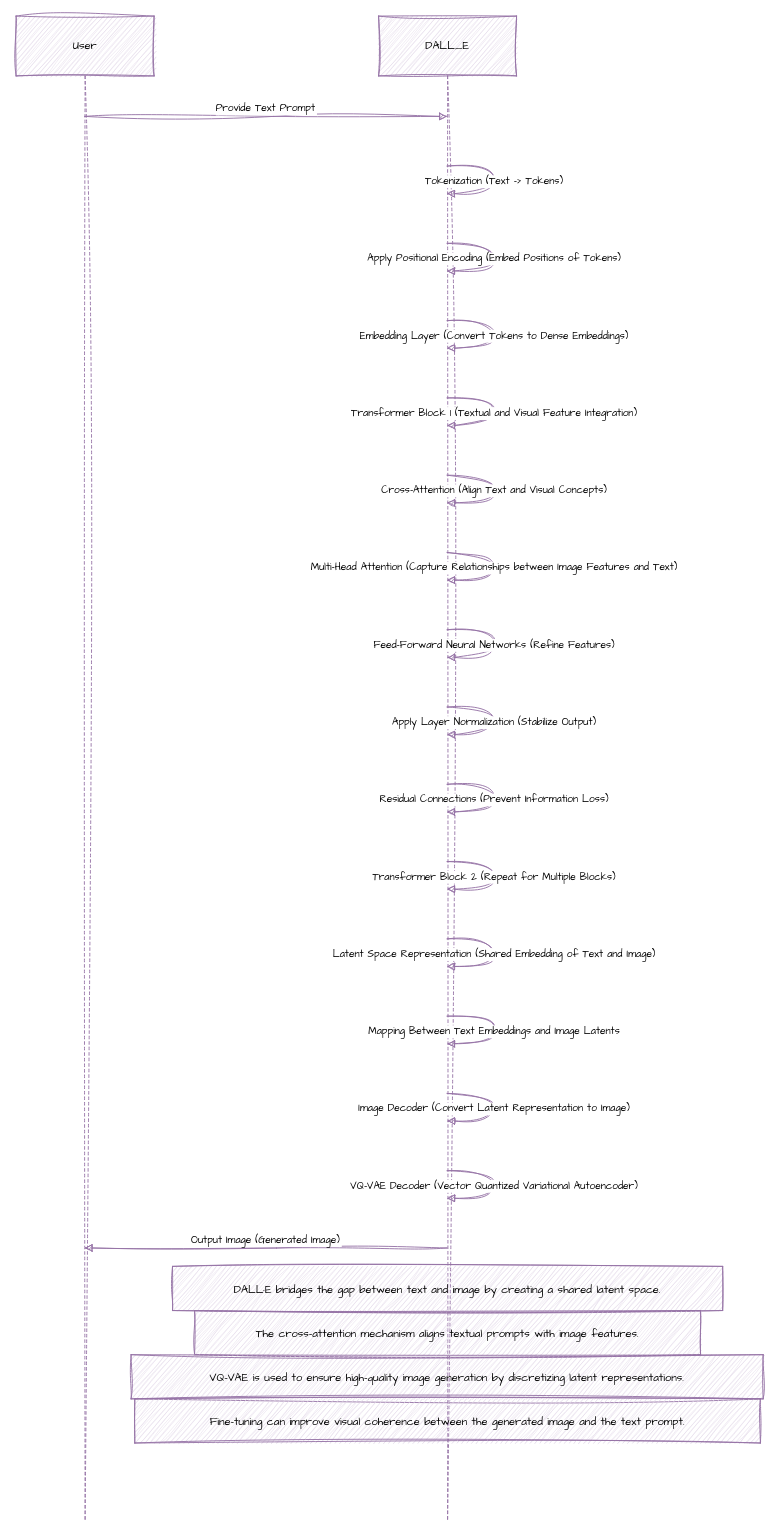
Before: page "Page-2" (2 of 2) of Untitled Diagram.drawio in msudipta888/class-note, a draw.io diagram. Source tidied: cells renumbered, new cells numbered last; positions are measured from the earlier drawing's top-left corner, leaving out a move shared by most shapes. Both pictures are drawn from the tidied source at 92%, with x=0, y=0 at pixel (16, 16).
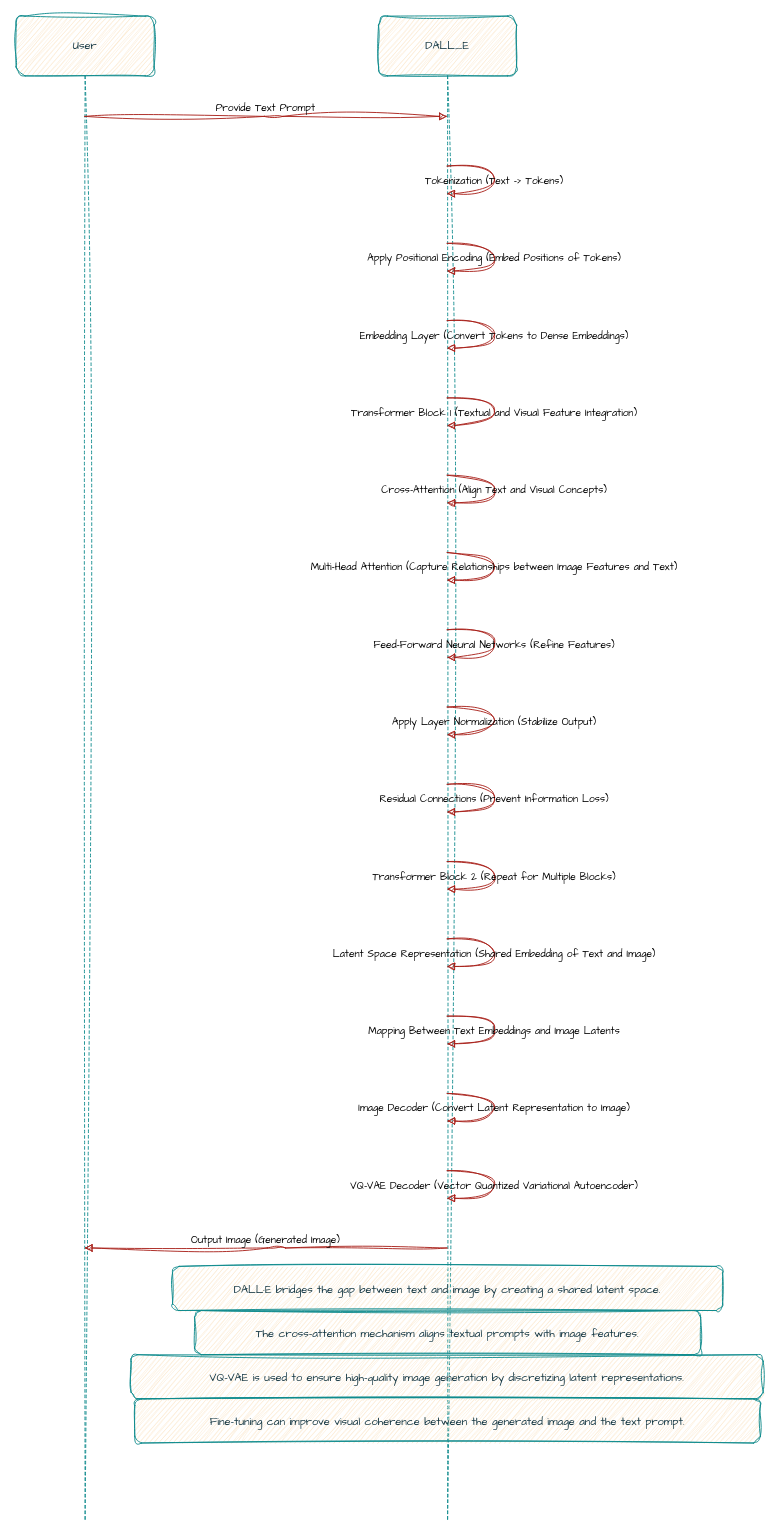
The same diagram, later.

Change to the diagram source:
```diff
@@
-    <mxCell id="2" value="User" style="shape=umlLifeline;perimeter=lifelinePerimeter;whiteSpace=wrap;outlineConnect=0;portConstraint=eastwest;newEdgeStyle={&quot;edgeStyle&quot;:&quot;elbowEdgeStyle&quot;,&quot;elbow&quot;:&quot;vertical&quot;,&quot;curved&quot;:0,&quot;rounded&quot;:0};size=65;sketch=1;hachureGap=4;jiggle=2;curveFitting=1;fontFamily=Architects Daughter;fillColor=#e1d5e7;strokeColor=#9673a6;" parent="1" vertex="1">
+    <mxCell id="2" value="User" style="shape=umlLifeline;perimeter=lifelinePerimeter;whiteSpace=wrap;outlineConnect=0;portConstraint=eastwest;newEdgeStyle={&quot;edgeStyle&quot;:&quot;elbowEdgeStyle&quot;,&quot;elbow&quot;:&quot;vertical&quot;,&quot;curved&quot;:0,&quot;rounded&quot;:0};size=65;sketch=1;hachureGap=4;jiggle=2;curveFitting=1;fontFamily=Architects Daughter;fillColor=#FAE5C7;strokeColor=#0F8B8D;labelBackgroundColor=none;fontColor=#143642;rounded=1;" parent="1" vertex="1">
       <mxGeometry width="150" height="1636" as="geometry" />
     </mxCell>
-    <mxCell id="3" value="DALL_E" style="shape=umlLifeline;perimeter=lifelinePerimeter;whiteSpace=wrap;outlineConnect=0;portConstraint=eastwest;newEdgeStyle={&quot;edgeStyle&quot;:&quot;elbowEdgeStyle&quot;,&quot;elbow&quot;:&quot;vertical&quot;,&quot;curved&quot;:0,&quot;rounded&quot;:0};size=65;sketch=1;hachureGap=4;jiggle=2;curveFitting=1;fontFamily=Architects Daughter;fillColor=#e1d5e7;strokeColor=#9673a6;" parent="1" vertex="1">
+    <mxCell id="3" value="DALL_E" style="shape=umlLifeline;perimeter=lifelinePerimeter;whiteSpace=wrap;outlineConnect=0;portConstraint=eastwest;newEdgeStyle={&quot;edgeStyle&quot;:&quot;elbowEdgeStyle&quot;,&quot;elbow&quot;:&quot;vertical&quot;,&quot;curved&quot;:0,&quot;rounded&quot;:0};size=65;sketch=1;hachureGap=4;jiggle=2;curveFitting=1;fontFamily=Architects Daughter;fillColor=#FAE5C7;strokeColor=#0F8B8D;labelBackgroundColor=none;fontColor=#143642;rounded=1;" parent="1" vertex="1">
       <mxGeometry x="394" width="150" height="1636" as="geometry" />
     </mxCell>
-    <mxCell id="4" value="Provide Text Prompt" style="verticalAlign=bottom;edgeStyle=elbowEdgeStyle;elbow=vertical;curved=0;rounded=0;endArrow=block;sketch=1;hachureGap=4;jiggle=2;curveFitting=1;fontFamily=Architects Daughter;fillColor=#e1d5e7;strokeColor=#9673a6;" parent="1" edge="1" source="2" target="3">
+    <mxCell id="4" value="Provide Text Prompt" style="verticalAlign=bottom;edgeStyle=elbowEdgeStyle;elbow=vertical;curved=0;rounded=1;endArrow=block;sketch=1;hachureGap=4;jiggle=2;curveFitting=1;fontFamily=Architects Daughter;strokeColor=#A8201A;labelBackgroundColor=none;fontColor=default;" parent="1" edge="1" source="2" target="3">
       <mxGeometry relative="1" as="geometry">
         <Array as="points">
           <mxPoint x="280" y="109" />
         </Array>
       </mxGeometry>
     </mxCell>
-    <mxCell id="5" value="Tokenization (Text -&gt; Tokens)" style="curved=1;endArrow=block;rounded=0;sketch=1;hachureGap=4;jiggle=2;curveFitting=1;fontFamily=Architects Daughter;fillColor=#e1d5e7;strokeColor=#9673a6;" parent="1" edge="1" source="3" target="3">
+    <mxCell id="5" value="Tokenization (Text -&gt; Tokens)" style="curved=1;endArrow=block;rounded=1;sketch=1;hachureGap=4;jiggle=2;curveFitting=1;fontFamily=Architects Daughter;strokeColor=#A8201A;labelBackgroundColor=none;fontColor=default;" parent="1" edge="1" source="3" target="3">
       <mxGeometry relative="1" as="geometry">
         <Array as="points">
           <mxPoint x="520" y="163" />
           <mxPoint x="520" y="193" />
         </Array>
       </mxGeometry>
     </mxCell>
-    <mxCell id="6" value="Apply Positional Encoding (Embed Positions of Tokens)" style="curved=1;endArrow=block;rounded=0;sketch=1;hachureGap=4;jiggle=2;curveFitting=1;fontFamily=Architects Daughter;fillColor=#e1d5e7;strokeColor=#9673a6;" parent="1" edge="1" source="3" target="3">
+    <mxCell id="6" value="Apply Positional Encoding (Embed Positions of Tokens)" style="curved=1;endArrow=block;rounded=1;sketch=1;hachureGap=4;jiggle=2;curveFitting=1;fontFamily=Architects Daughter;strokeColor=#A8201A;labelBackgroundColor=none;fontColor=default;" parent="1" edge="1" source="3" target="3">
       <mxGeometry relative="1" as="geometry">
         <Array as="points">
           <mxPoint x="520" y="247" />
           <mxPoint x="520" y="277" />
         </Array>
       </mxGeometry>
     </mxCell>
-    <mxCell id="7" value="Embedding Layer (Convert Tokens to Dense Embeddings)" style="curved=1;endArrow=block;rounded=0;sketch=1;hachureGap=4;jiggle=2;curveFitting=1;fontFamily=Architects Daughter;fillColor=#e1d5e7;strokeColor=#9673a6;" parent="1" edge="1" source="3" target="3">
+    <mxCell id="7" value="Embedding Layer (Convert Tokens to Dense Embeddings)" style="curved=1;endArrow=block;rounded=1;sketch=1;hachureGap=4;jiggle=2;curveFitting=1;fontFamily=Architects Daughter;strokeColor=#A8201A;labelBackgroundColor=none;fontColor=default;" parent="1" edge="1" source="3" target="3">
       <mxGeometry relative="1" as="geometry">
         <Array as="points">
           <mxPoint x="520" y="331" />
           <mxPoint x="520" y="361" />
         </Array>
       </mxGeometry>
     </mxCell>
-    <mxCell id="8" value="Transformer Block 1 (Textual and Visual Feature Integration)" style="curved=1;endArrow=block;rounded=0;sketch=1;hachureGap=4;jiggle=2;curveFitting=1;fontFamily=Architects Daughter;fillColor=#e1d5e7;strokeColor=#9673a6;" parent="1" edge="1" source="3" target="3">
+    <mxCell id="8" value="Transformer Block 1 (Textual and Visual Feature Integration)" style="curved=1;endArrow=block;rounded=1;sketch=1;hachureGap=4;jiggle=2;curveFitting=1;fontFamily=Architects Daughter;strokeColor=#A8201A;labelBackgroundColor=none;fontColor=default;" parent="1" edge="1" source="3" target="3">
       <mxGeometry relative="1" as="geometry">
         <Array as="points">
           <mxPoint x="520" y="415" />
           <mxPoint x="520" y="445" />
         </Array>
       </mxGeometry>
     </mxCell>
-    <mxCell id="9" value="Cross-Attention (Align Text and Visual Concepts)" style="curved=1;endArrow=block;rounded=0;sketch=1;hachureGap=4;jiggle=2;curveFitting=1;fontFamily=Architects Daughter;fillColor=#e1d5e7;strokeColor=#9673a6;" parent="1" edge="1" source="3" target="3">
+    <mxCell id="9" value="Cross-Attention (Align Text and Visual Concepts)" style="curved=1;endArrow=block;rounded=1;sketch=1;hachureGap=4;jiggle=2;curveFitting=1;fontFamily=Architects Daughter;strokeColor=#A8201A;labelBackgroundColor=none;fontColor=default;" parent="1" edge="1" source="3" target="3">
       <mxGeometry relative="1" as="geometry">
         <Array as="points">
           <mxPoint x="520" y="499" />
           <mxPoint x="520" y="529" />
         </Array>
       </mxGeometry>
     </mxCell>
-    <mxCell id="10" value="Multi-Head Attention (Capture Relationships between Image Features and Text)" style="curved=1;endArrow=block;rounded=0;sketch=1;hachureGap=4;jiggle=2;curveFitting=1;fontFamily=Architects Daughter;fillColor=#e1d5e7;strokeColor=#9673a6;" parent="1" edge="1" source="3" target="3">
+    <mxCell id="10" value="Multi-Head Attention (Capture Relationships between Image Features and Text)" style="curved=1;endArrow=block;rounded=1;sketch=1;hachureGap=4;jiggle=2;curveFitting=1;fontFamily=Architects Daughter;strokeColor=#A8201A;labelBackgroundColor=none;fontColor=default;" parent="1" edge="1" source="3" target="3">
       <mxGeometry relative="1" as="geometry">
         <Array as="points">
           <mxPoint x="520" y="583" />
           <mxPoint x="520" y="613" />
         </Array>
       </mxGeometry>
     </mxCell>
-    <mxCell id="11" value="Feed-Forward Neural Networks (Refine Features)" style="curved=1;endArrow=block;rounded=0;sketch=1;hachureGap=4;jiggle=2;curveFitting=1;fontFamily=Architects Daughter;fillColor=#e1d5e7;strokeColor=#9673a6;" parent="1" edge="1" source="3" target="3">
+    <mxCell id="11" value="Feed-Forward Neural Networks (Refine Features)" style="curved=1;endArrow=block;rounded=1;sketch=1;hachureGap=4;jiggle=2;curveFitting=1;fontFamily=Architects Daughter;strokeColor=#A8201A;labelBackgroundColor=none;fontColor=default;" parent="1" edge="1" source="3" target="3">
       <mxGeometry relative="1" as="geometry">
         <Array as="points">
           <mxPoint x="520" y="667" />
           <mxPoint x="520" y="697" />
         </Array>
       </mxGeometry>
     </mxCell>
-    <mxCell id="12" value="Apply Layer Normalization (Stabilize Output)" style="curved=1;endArrow=block;rounded=0;sketch=1;hachureGap=4;jiggle=2;curveFitting=1;fontFamily=Architects Daughter;fillColor=#e1d5e7;strokeColor=#9673a6;" parent="1" edge="1" source="3" target="3">
+    <mxCell id="12" value="Apply Layer Normalization (Stabilize Output)" style="curved=1;endArrow=block;rounded=1;sketch=1;hachureGap=4;jiggle=2;curveFitting=1;fontFamily=Architects Daughter;strokeColor=#A8201A;labelBackgroundColor=none;fontColor=default;" parent="1" edge="1" source="3" target="3">
       <mxGeometry relative="1" as="geometry">
         <Array as="points">
           <mxPoint x="520" y="751" />
           <mxPoint x="520" y="781" />
         </Array>
       </mxGeometry>
     </mxCell>
-    <mxCell id="13" value="Residual Connections (Prevent Information Loss)" style="curved=1;endArrow=block;rounded=0;sketch=1;hachureGap=4;jiggle=2;curveFitting=1;fontFamily=Architects Daughter;fillColor=#e1d5e7;strokeColor=#9673a6;" parent="1" edge="1" source="3" target="3">
+    <mxCell id="13" value="Residual Connections (Prevent Information Loss)" style="curved=1;endArrow=block;rounded=1;sketch=1;hachureGap=4;jiggle=2;curveFitting=1;fontFamily=Architects Daughter;strokeColor=#A8201A;labelBackgroundColor=none;fontColor=default;" parent="1" edge="1" source="3" target="3">
       <mxGeometry relative="1" as="geometry">
         <Array as="points">
           <mxPoint x="520" y="835" />
           <mxPoint x="520" y="865" />
         </Array>
       </mxGeometry>
     </mxCell>
-    <mxCell id="14" value="Transformer Block 2 (Repeat for Multiple Blocks)" style="curved=1;endArrow=block;rounded=0;sketch=1;hachureGap=4;jiggle=2;curveFitting=1;fontFamily=Architects Daughter;fillColor=#e1d5e7;strokeColor=#9673a6;" parent="1" edge="1" source="3" target="3">
+    <mxCell id="14" value="Transformer Block 2 (Repeat for Multiple Blocks)" style="curved=1;endArrow=block;rounded=1;sketch=1;hachureGap=4;jiggle=2;curveFitting=1;fontFamily=Architects Daughter;strokeColor=#A8201A;labelBackgroundColor=none;fontColor=default;" parent="1" edge="1" source="3" target="3">
       <mxGeometry relative="1" as="geometry">
         <Array as="points">
           <mxPoint x="520" y="919" />
           <mxPoint x="520" y="949" />
         </Array>
       </mxGeometry>
     </mxCell>
-    <mxCell id="15" value="Latent Space Representation (Shared Embedding of Text and Image)" style="curved=1;endArrow=block;rounded=0;sketch=1;hachureGap=4;jiggle=2;curveFitting=1;fontFamily=Architects Daughter;fillColor=#e1d5e7;strokeColor=#9673a6;" parent="1" edge="1" source="3" target="3">
+    <mxCell id="15" value="Latent Space Representation (Shared Embedding of Text and Image)" style="curved=1;endArrow=block;rounded=1;sketch=1;hachureGap=4;jiggle=2;curveFitting=1;fontFamily=Architects Daughter;strokeColor=#A8201A;labelBackgroundColor=none;fontColor=default;" parent="1" edge="1" source="3" target="3">
       <mxGeometry relative="1" as="geometry">
         <Array as="points">
           <mxPoint x="520" y="1003" />
           <mxPoint x="520" y="1033" />
         </Array>
       </mxGeometry>
     </mxCell>
-    <mxCell id="16" value="Mapping Between Text Embeddings and Image Latents" style="curved=1;endArrow=block;rounded=0;sketch=1;hachureGap=4;jiggle=2;curveFitting=1;fontFamily=Architects Daughter;fillColor=#e1d5e7;strokeColor=#9673a6;" parent="1" edge="1" source="3" target="3">
+    <mxCell id="16" value="Mapping Between Text Embeddings and Image Latents" style="curved=1;endArrow=block;rounded=1;sketch=1;hachureGap=4;jiggle=2;curveFitting=1;fontFamily=Architects Daughter;strokeColor=#A8201A;labelBackgroundColor=none;fontColor=default;" parent="1" edge="1" source="3" target="3">
       <mxGeometry relative="1" as="geometry">
         <Array as="points">
           <mxPoint x="520" y="1087" />
           <mxPoint x="520" y="1117" />
         </Array>
       </mxGeometry>
     </mxCell>
-    <mxCell id="17" value="Image Decoder (Convert Latent Representation to Image)" style="curved=1;endArrow=block;rounded=0;sketch=1;hachureGap=4;jiggle=2;curveFitting=1;fontFamily=Architects Daughter;fillColor=#e1d5e7;strokeColor=#9673a6;" parent="1" edge="1" source="3" target="3">
+    <mxCell id="17" value="Image Decoder (Convert Latent Representation to Image)" style="curved=1;endArrow=block;rounded=1;sketch=1;hachureGap=4;jiggle=2;curveFitting=1;fontFamily=Architects Daughter;strokeColor=#A8201A;labelBackgroundColor=none;fontColor=default;" parent="1" edge="1" source="3" target="3">
       <mxGeometry relative="1" as="geometry">
         <Array as="points">
           <mxPoint x="520" y="1171" />
           <mxPoint x="520" y="1201" />
         </Array>
       </mxGeometry>
     </mxCell>
-    <mxCell id="18" value="VQ-VAE Decoder (Vector Quantized Variational Autoencoder)" style="curved=1;endArrow=block;rounded=0;sketch=1;hachureGap=4;jiggle=2;curveFitting=1;fontFamily=Architects Daughter;fillColor=#e1d5e7;strokeColor=#9673a6;" parent="1" edge="1" source="3" target="3">
+    <mxCell id="18" value="VQ-VAE Decoder (Vector Quantized Variational Autoencoder)" style="curved=1;endArrow=block;rounded=1;sketch=1;hachureGap=4;jiggle=2;curveFitting=1;fontFamily=Architects Daughter;strokeColor=#A8201A;labelBackgroundColor=none;fontColor=default;" parent="1" edge="1" source="3" target="3">
       <mxGeometry relative="1" as="geometry">
         <Array as="points">
           <mxPoint x="520" y="1255" />
           <mxPoint x="520" y="1285" />
         </Array>
       </mxGeometry>
     </mxCell>
-    <mxCell id="19" value="Output Image (Generated Image)" style="verticalAlign=bottom;edgeStyle=elbowEdgeStyle;elbow=vertical;curved=0;rounded=0;endArrow=block;sketch=1;hachureGap=4;jiggle=2;curveFitting=1;fontFamily=Architects Daughter;fillColor=#e1d5e7;strokeColor=#9673a6;" parent="1" edge="1" source="3" target="2">
+    <mxCell id="19" value="Output Image (Generated Image)" style="verticalAlign=bottom;edgeStyle=elbowEdgeStyle;elbow=vertical;curved=0;rounded=1;endArrow=block;sketch=1;hachureGap=4;jiggle=2;curveFitting=1;fontFamily=Architects Daughter;strokeColor=#A8201A;labelBackgroundColor=none;fontColor=default;" parent="1" edge="1" source="3" target="2">
       <mxGeometry relative="1" as="geometry">
         <Array as="points">
           <mxPoint x="283" y="1339" />
         </Array>
       </mxGeometry>
     </mxCell>
-    <mxCell id="20" value="DALL·E bridges the gap between text and image by creating a shared latent space." style="fillColor=#e1d5e7;strokeColor=#9673a6;sketch=1;hachureGap=4;jiggle=2;curveFitting=1;fontFamily=Architects Daughter;" parent="1" vertex="1">
+    <mxCell id="20" value="DALL·E bridges the gap between text and image by creating a shared latent space." style="fillColor=#FAE5C7;strokeColor=#0F8B8D;sketch=1;hachureGap=4;jiggle=2;curveFitting=1;fontFamily=Architects Daughter;labelBackgroundColor=none;fontColor=#143642;rounded=1;" parent="1" vertex="1">
       <mxGeometry x="170" y="1359" width="598" height="48" as="geometry" />
     </mxCell>
-    <mxCell id="21" value="The cross-attention mechanism aligns textual prompts with image features." style="fillColor=#e1d5e7;strokeColor=#9673a6;sketch=1;hachureGap=4;jiggle=2;curveFitting=1;fontFamily=Architects Daughter;" parent="1" vertex="1">
+    <mxCell id="21" value="The cross-attention mechanism aligns textual prompts with image features." style="fillColor=#FAE5C7;strokeColor=#0F8B8D;sketch=1;hachureGap=4;jiggle=2;curveFitting=1;fontFamily=Architects Daughter;labelBackgroundColor=none;fontColor=#143642;rounded=1;" parent="1" vertex="1">
       <mxGeometry x="194" y="1407" width="550" height="48" as="geometry" />
     </mxCell>
-    <mxCell id="22" value="VQ-VAE is used to ensure high-quality image generation by discretizing latent representations." style="fillColor=#e1d5e7;strokeColor=#9673a6;sketch=1;hachureGap=4;jiggle=2;curveFitting=1;fontFamily=Architects Daughter;" parent="1" vertex="1">
+    <mxCell id="22" value="VQ-VAE is used to ensure high-quality image generation by discretizing latent representations." style="fillColor=#FAE5C7;strokeColor=#0F8B8D;sketch=1;hachureGap=4;jiggle=2;curveFitting=1;fontFamily=Architects Daughter;labelBackgroundColor=none;fontColor=#143642;rounded=1;" parent="1" vertex="1">
       <mxGeometry x="125" y="1455" width="687" height="48" as="geometry" />
     </mxCell>
-    <mxCell id="23" value="Fine-tuning can improve visual coherence between the generated image and the text prompt." style="fillColor=#e1d5e7;strokeColor=#9673a6;sketch=1;hachureGap=4;jiggle=2;curveFitting=1;fontFamily=Architects Daughter;" parent="1" vertex="1">
+    <mxCell id="23" value="Fine-tuning can improve visual coherence between the generated image and the text prompt." style="fillColor=#FAE5C7;strokeColor=#0F8B8D;sketch=1;hachureGap=4;jiggle=2;curveFitting=1;fontFamily=Architects Daughter;labelBackgroundColor=none;fontColor=#143642;rounded=1;" parent="1" vertex="1">
       <mxGeometry x="129" y="1503" width="680" height="48" as="geometry" />
     </mxCell>
```
